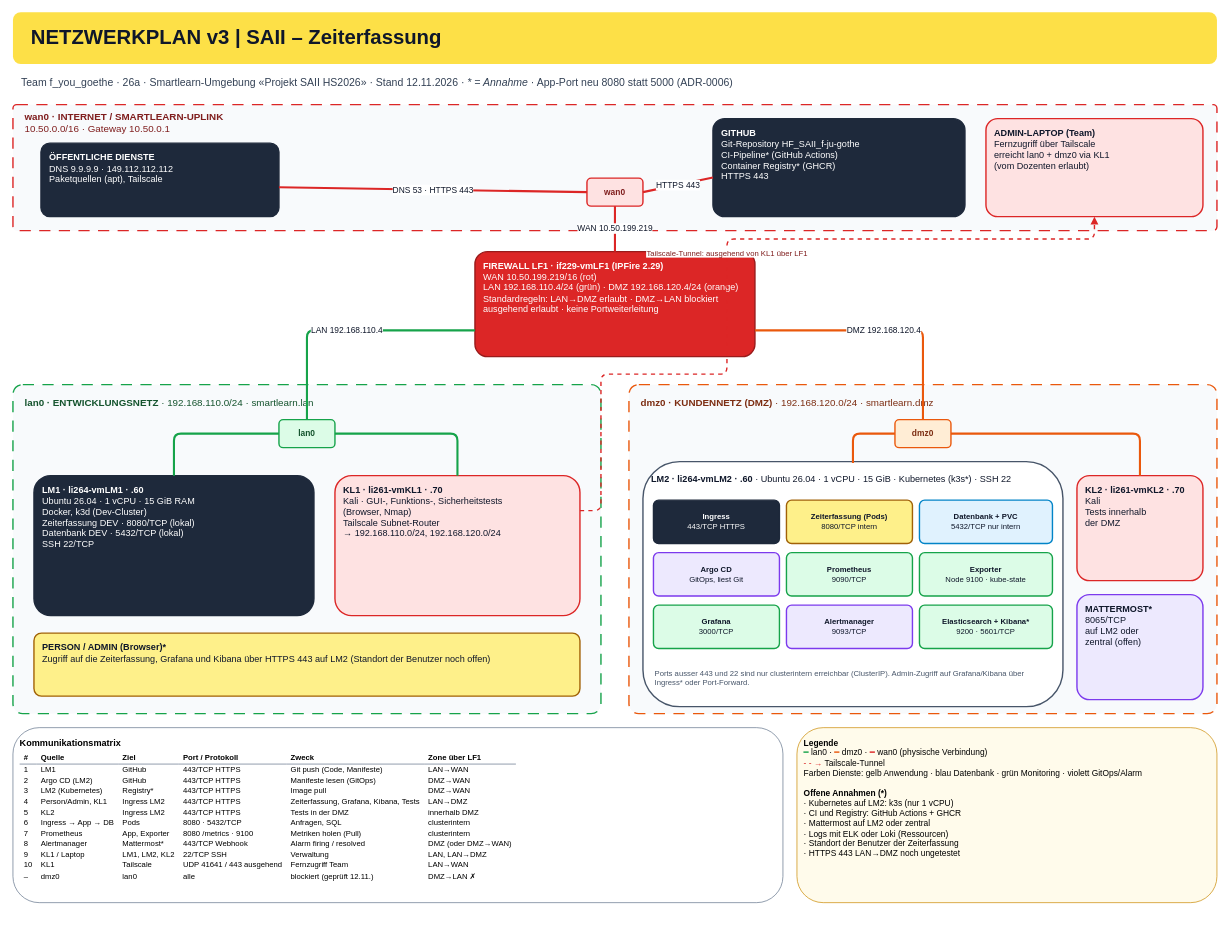
The draw.io diagram spec/diagrams/netzwerkplan.drawio in kcinay055679/HF_SAII_f-ju-gothe, before the edit. Source tidied: cells renumbered, new cells numbered last; positions are measured from the earlier drawing's top-left corner, leaving out a move shared by most shapes. Both pictures are drawn from the tidied source at 70%, with x=0, y=0 at pixel (13, 12).
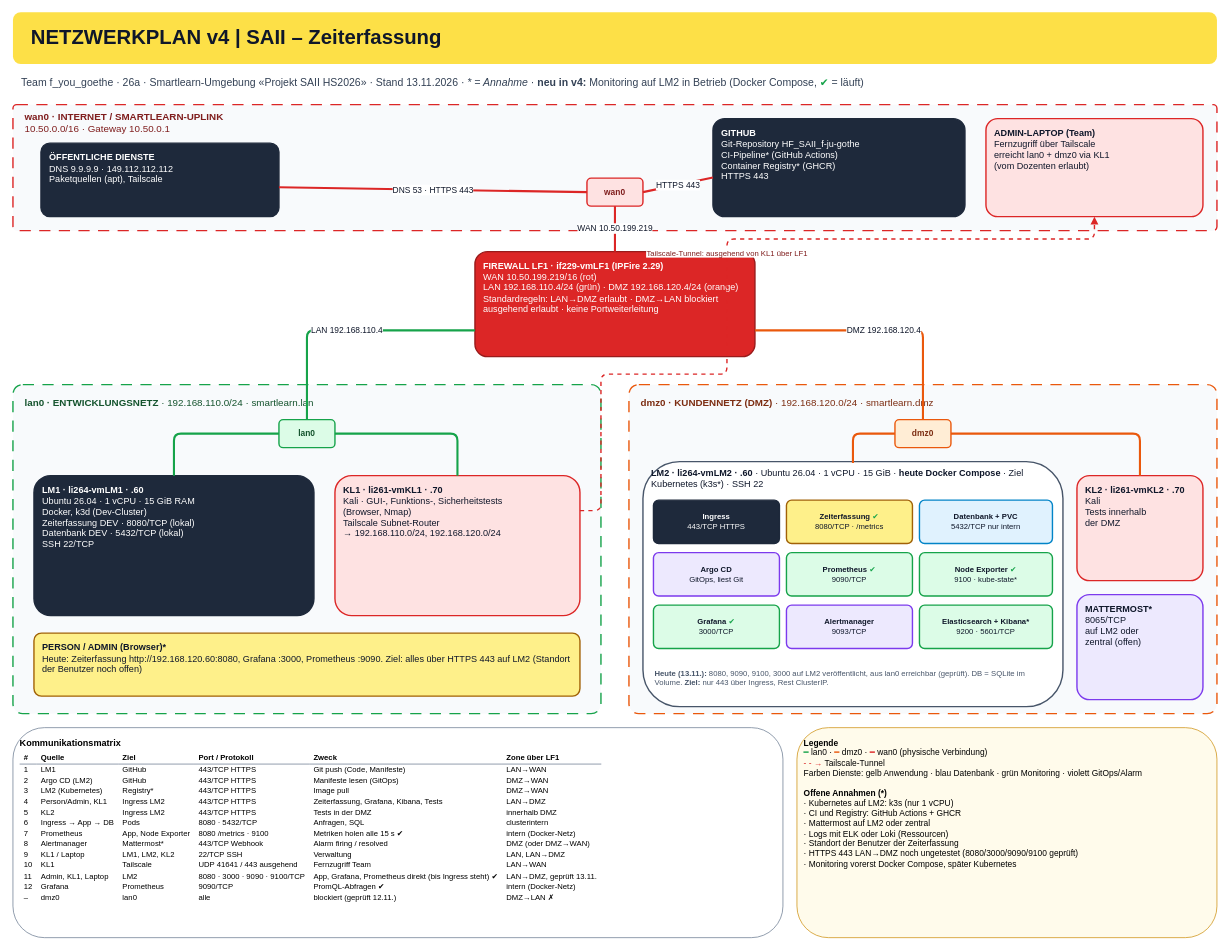
The same diagram, later.

What changed in the source:
```diff
@@
-    <mxCell id="3" value="&lt;b&gt;NETZWERKPLAN v3 | SAII – Zeiterfassung&lt;/b&gt;" style="text;html=1;strokeColor=none;fillColor=none;whiteSpace=wrap;align=left;verticalAlign=middle;fontFamily=Arial;fontSize=29;fontColor=#0F172A;" parent="1" vertex="1">
+    <mxCell id="3" value="&lt;b&gt;NETZWERKPLAN v4 | SAII – Zeiterfassung&lt;/b&gt;" style="text;html=1;strokeColor=none;fillColor=none;whiteSpace=wrap;align=left;verticalAlign=middle;fontFamily=Arial;fontSize=29;fontColor=#0F172A;" parent="1" vertex="1">
       <mxGeometry x="24" y="11" width="1600" height="50" as="geometry" />
     </mxCell>
-    <mxCell id="4" value="Team f_you_goethe · 26a · Smartlearn-Umgebung «Projekt SAII HS2026» · Stand 12.11.2026 · &lt;i&gt;* = Annahme&lt;/i&gt; · App-Port neu 8080 statt 5000 (ADR-0006)" style="text;html=1;strokeColor=none;fillColor=none;whiteSpace=wrap;align=left;verticalAlign=middle;fontFamily=Arial;fontSize=15;fontColor=#334155;" parent="1" vertex="1">
+    <mxCell id="4" value="Team f_you_goethe · 26a · Smartlearn-Umgebung «Projekt SAII HS2026» · Stand 13.11.2026 · &lt;i&gt;* = Annahme&lt;/i&gt; · &lt;b&gt;neu in v4:&lt;/b&gt; Monitoring auf LM2 in Betrieb (Docker Compose, &lt;font color='#16A34A'&gt;✔&lt;/font&gt; = läuft)" style="text;html=1;strokeColor=none;fillColor=none;whiteSpace=wrap;align=left;verticalAlign=middle;fontFamily=Arial;fontSize=15;fontColor=#334155;" parent="1" vertex="1">
       <mxGeometry x="10" y="80" width="1700" height="40" as="geometry" />
     </mxCell>
@@
-    <mxCell id="20" value="&lt;b&gt;PERSON / ADMIN (Browser)*&lt;/b&gt;&lt;br&gt;Zugriff auf die Zeiterfassung, Grafana und Kibana über HTTPS 443 auf LM2 (Standort der Benutzer noch offen)" style="rounded=1;arcSize=12;html=1;whiteSpace=wrap;strokeWidth=2;fontFamily=Arial;fontSize=13;fillColor=#FEF08A;strokeColor=#A16207;fontColor=#0F172A;align=left;spacingLeft=10;verticalAlign=top;spacingTop=6;" parent="1" vertex="1">
+    <mxCell id="20" value="&lt;b&gt;PERSON / ADMIN (Browser)*&lt;/b&gt;&lt;br&gt;Heute: Zeiterfassung http://192.168.120.60:8080, Grafana :3000, Prometheus :9090. Ziel: alles über HTTPS 443 auf LM2 (Standort der Benutzer noch offen)" style="rounded=1;arcSize=12;html=1;whiteSpace=wrap;strokeWidth=2;fontFamily=Arial;fontSize=13;fillColor=#FEF08A;strokeColor=#A16207;fontColor=#0F172A;align=left;spacingLeft=10;verticalAlign=top;spacingTop=6;" parent="1" vertex="1">
       <mxGeometry x="30" y="887" width="780" height="90" as="geometry" />
     </mxCell>
@@
-    <mxCell id="22" value="&lt;b&gt;LM2 · li264-vmLM2 · .60&lt;/b&gt; · Ubuntu 26.04 · 1 vCPU · 15 GiB · Kubernetes (k3s*) · SSH 22" style="text;html=1;strokeColor=none;fillColor=none;whiteSpace=wrap;align=left;verticalAlign=middle;fontFamily=Arial;fontSize=13;fontColor=#0F172A;" parent="1" vertex="1">
+    <mxCell id="22" value="&lt;b&gt;LM2 · li264-vmLM2 · .60&lt;/b&gt; · Ubuntu 26.04 · 1 vCPU · 15 GiB · &lt;b&gt;heute Docker Compose&lt;/b&gt; · Ziel Kubernetes (k3s*) · SSH 22" style="text;html=1;strokeColor=none;fillColor=none;whiteSpace=wrap;align=left;verticalAlign=middle;fontFamily=Arial;fontSize=13;fontColor=#0F172A;" parent="1" vertex="1">
       <mxGeometry x="910" y="644" width="580" height="44" as="geometry" />
     </mxCell>
@@
-    <mxCell id="24" value="&lt;b&gt;Zeiterfassung (Pods)&lt;/b&gt;&lt;br&gt;8080/TCP intern" style="rounded=1;arcSize=12;html=1;whiteSpace=wrap;strokeWidth=2;fontFamily=Arial;fontSize=13;fillColor=#FEF08A;strokeColor=#A16207;fontColor=#0F172A;fontSize=11;" parent="1" vertex="1">
+    <mxCell id="24" value="&lt;b&gt;Zeiterfassung&lt;/b&gt; &lt;font color='#16A34A'&gt;✔&lt;/font&gt;&lt;br&gt;8080/TCP · /metrics" style="rounded=1;arcSize=12;html=1;whiteSpace=wrap;strokeWidth=2;fontFamily=Arial;fontSize=13;fillColor=#FEF08A;strokeColor=#A16207;fontColor=#0F172A;fontSize=11;" parent="1" vertex="1">
       <mxGeometry x="1105" y="697" width="180" height="62" as="geometry" />
     </mxCell>
@@
-    <mxCell id="27" value="&lt;b&gt;Prometheus&lt;/b&gt;&lt;br&gt;9090/TCP" style="rounded=1;arcSize=12;html=1;whiteSpace=wrap;strokeWidth=2;fontFamily=Arial;fontSize=13;fillColor=#DCFCE7;strokeColor=#16A34A;fontColor=#0F172A;fontSize=11;" parent="1" vertex="1">
+    <mxCell id="27" value="&lt;b&gt;Prometheus&lt;/b&gt; &lt;font color='#16A34A'&gt;✔&lt;/font&gt;&lt;br&gt;9090/TCP" style="rounded=1;arcSize=12;html=1;whiteSpace=wrap;strokeWidth=2;fontFamily=Arial;fontSize=13;fillColor=#DCFCE7;strokeColor=#16A34A;fontColor=#0F172A;fontSize=11;" parent="1" vertex="1">
       <mxGeometry x="1105" y="772" width="180" height="62" as="geometry" />
     </mxCell>
-    <mxCell id="28" value="&lt;b&gt;Exporter&lt;/b&gt;&lt;br&gt;Node 9100 · kube-state" style="rounded=1;arcSize=12;html=1;whiteSpace=wrap;strokeWidth=2;fontFamily=Arial;fontSize=13;fillColor=#DCFCE7;strokeColor=#16A34A;fontColor=#0F172A;fontSize=11;" parent="1" vertex="1">
+    <mxCell id="28" value="&lt;b&gt;Node Exporter&lt;/b&gt; &lt;font color='#16A34A'&gt;✔&lt;/font&gt;&lt;br&gt;9100 · kube-state*" style="rounded=1;arcSize=12;html=1;whiteSpace=wrap;strokeWidth=2;fontFamily=Arial;fontSize=13;fillColor=#DCFCE7;strokeColor=#16A34A;fontColor=#0F172A;fontSize=11;" parent="1" vertex="1">
       <mxGeometry x="1295" y="772" width="190" height="62" as="geometry" />
     </mxCell>
-    <mxCell id="29" value="&lt;b&gt;Grafana&lt;/b&gt;&lt;br&gt;3000/TCP" style="rounded=1;arcSize=12;html=1;whiteSpace=wrap;strokeWidth=2;fontFamily=Arial;fontSize=13;fillColor=#DCFCE7;strokeColor=#16A34A;fontColor=#0F172A;fontSize=11;" parent="1" vertex="1">
+    <mxCell id="29" value="&lt;b&gt;Grafana&lt;/b&gt; &lt;font color='#16A34A'&gt;✔&lt;/font&gt;&lt;br&gt;3000/TCP" style="rounded=1;arcSize=12;html=1;whiteSpace=wrap;strokeWidth=2;fontFamily=Arial;fontSize=13;fillColor=#DCFCE7;strokeColor=#16A34A;fontColor=#0F172A;fontSize=11;" parent="1" vertex="1">
       <mxGeometry x="915" y="847" width="180" height="62" as="geometry" />
     </mxCell>
@@
-    <mxCell id="32" value="Ports ausser 443 und 22 sind nur clusterintern erreichbar (ClusterIP). Admin-Zugriff auf Grafana/Kibana über Ingress* oder Port-Forward." style="text;html=1;strokeColor=none;fillColor=none;whiteSpace=wrap;align=left;verticalAlign=middle;fontFamily=Arial;fontSize=11;fontColor=#475569;" parent="1" vertex="1">
+    <mxCell id="32" value="&lt;b&gt;Heute (13.11.):&lt;/b&gt; 8080, 9090, 9100, 3000 auf LM2 veröffentlicht, aus lan0 erreichbar (geprüft). DB = SQLite im Volume. &lt;b&gt;Ziel:&lt;/b&gt; nur 443 über Ingress, Rest ClusterIP." style="text;html=1;strokeColor=none;fillColor=none;whiteSpace=wrap;align=left;verticalAlign=middle;fontFamily=Arial;fontSize=11;fontColor=#475569;" parent="1" vertex="1">
       <mxGeometry x="915" y="920" width="570" height="62" as="geometry" />
     </mxCell>
@@
-    <mxCell id="45" value="&lt;b&gt;Kommunikationsmatrix&lt;/b&gt;&lt;table style='border-collapse:collapse;font-size:11px;margin-top:4px'&gt;&lt;tr&gt;&lt;th style='text-align:left;padding:2px 6px;border-bottom:1px solid #64748B'&gt;#&lt;/th&gt;&lt;th style='text-align:left;padding:2px 6px;border-bottom:1px solid #64748B'&gt;Quelle&lt;/th&gt;&lt;th style='text-align:left;padding:2px 6px;border-bottom:1px solid #64748B'&gt;Ziel&lt;/th&gt;&lt;th style='text-align:left;padding:2px 6px;border-bottom:1px solid #64748B'&gt;Port / Protokoll&lt;/th&gt;&lt;th style='text-align:left;padding:2px 6px;border-bottom:1px solid #64748B'&gt;Zweck&lt;/th&gt;&lt;th style='text-align:left;padding:2px 6px;border-bottom:1px solid #64748B'&gt;Zone über LF1&lt;/th&gt;&lt;/tr&gt;&lt;tr&gt;&lt;td style='padding:1px 6px'&gt;1&lt;/td&gt;&lt;td style='padding:1px 6px'&gt;LM1&lt;/td&gt;&lt;td style='padding:1px 6px'&gt;GitHub&lt;/td&gt;&lt;td style='padding:1px 6px'&gt;443/TCP HTTPS&lt;/td&gt;&lt;td style='padding:1px 6px'&gt;Git push (Code, Manifeste)&lt;/td&gt;&lt;td style='padding:1px 6px'&gt;LAN→WAN&lt;/td&gt;&lt;/tr&gt;&lt;tr&gt;&lt;td style='padding:1px 6px'&gt;2&lt;/td&gt;&lt;td style='padding:1px 6px'&gt;Argo CD (LM2)&lt;/td&gt;&lt;td style='padding:1px 6px'&gt;GitHub&lt;/td&gt;&lt;td style='padding:1px 6px'&gt;443/TCP HTTPS&lt;/td&gt;&lt;td style='padding:1px 6px'&gt;Manifeste lesen (GitOps)&lt;/td&gt;&lt;td style='padding:1px 6px'&gt;DMZ→WAN&lt;/td&gt;&lt;/tr&gt;&lt;tr&gt;&lt;td style='padding:1px 6px'&gt;3&lt;/td&gt;&lt;td style='padding:1px 6px'&gt;LM2 (Kubernetes)&lt;/td&gt;&lt;td style='padding:1px 6px'&gt;Registry*&lt;/td&gt;&lt;td style='padding:1px 6px'&gt;443/TCP HTTPS&lt;/td&gt;&lt;td style='padding:1px 6px'&gt;Image pull&lt;/td&gt;&lt;td style='padding:1px 6px'&gt;DMZ→WAN&lt;/td&gt;&lt;/tr&gt;&lt;tr&gt;&lt;td style='padding:1px 6px'&gt;4&lt;/td&gt;&lt;td style='padding:1px 6px'&gt;Person/Admin, KL1&lt;/td&gt;&lt;td style='padding:1px 6px'&gt;Ingress LM2&lt;/td&gt;&lt;td style='padding:1px 6px'&gt;443/TCP HTTPS&lt;/td&gt;&lt;td style='padding:1px 6px'&gt;Zeiterfassung, Grafana, Kibana, Tests&lt;/td&gt;&lt;td style='padding:1px 6px'&gt;LAN→DMZ&lt;/td&gt;&lt;/tr&gt;&lt;tr&gt;&lt;td style='padding:1px 6px'&gt;5&lt;/td&gt;&lt;td style='padding:1px 6px'&gt;KL2&lt;/td&gt;&lt;td style='padding:1px 6px'&gt;Ingress LM2&lt;/td&gt;&lt;td style='padding:1px 6px'&gt;443/TCP HTTPS&lt;/td&gt;&lt;td style='padding:1px 6px'&gt;Tests in der DMZ&lt;/td&gt;&lt;td style='padding:1px 6px'&gt;innerhalb DMZ&lt;/td&gt;&lt;/tr&gt;&lt;tr&gt;&lt;td style='padding:1px 6px'&gt;6&lt;/td&gt;&lt;td style='padding:1px 6px'&gt;Ingress → App → DB&lt;/td&gt;&lt;td style='padding:1px 6px'&gt;Pods&lt;/td&gt;&lt;td style='padding:1px 6px'&gt;8080 · 5432/TCP&lt;/td&gt;&lt;td style='padding:1px 6px'&gt;Anfragen, SQL&lt;/td&gt;&lt;td style='padding:1px 6px'&gt;clusterintern&lt;/td&gt;&lt;/tr&gt;&lt;tr&gt;&lt;td style='padding:1px 6px'&gt;7&lt;/td&gt;&lt;td style='padding:1px 6px'&gt;Prometheus&lt;/td&gt;&lt;td style='padding:1px 6px'&gt;App, Exporter&lt;/td&gt;&lt;td style='padding:1px 6px'&gt;8080 /metrics · 9100&lt;/td&gt;&lt;td style='padding:1px 6px'&gt;Metriken holen (Pull)&lt;/td&gt;&lt;td style='padding:1px 6px'&gt;clusterintern&lt;/td&gt;&lt;/tr&gt;&lt;tr&gt;&lt;td style='padding:1px 6px'&gt;8&lt;/td&gt;&lt;td style='padding:1px 6px'&gt;Alertmanager&lt;/td&gt;&lt;td style='padding:1px 6px'&gt;Mattermost*&lt;/td&gt;&lt;td style='padding:1px 6px'&gt;443/TCP Webhook&lt;/td&gt;&lt;td style='padding:1px 6px'&gt;Alarm firing / resolved&lt;/td&gt;&lt;td style='padding:1px 6px'&gt;DMZ (oder DMZ→WAN)&lt;/td&gt;&lt;/tr&gt;&lt;tr&gt;&lt;td style='padding:1px 6px'&gt;9&lt;/td&gt;&lt;td style='padding:1px 6px'&gt;KL1 / Laptop&lt;/td&gt;&lt;td style='padding:1px 6px'&gt;LM1, LM2, KL2&lt;/td&gt;&lt;td style='padding:1px 6px'&gt;22/TCP SSH&lt;/td&gt;&lt;td style='padding:1px 6px'&gt;Verwaltung&lt;/td&gt;&lt;td style='padding:1px 6px'&gt;LAN, LAN→DMZ&lt;/td&gt;&lt;/tr&gt;&lt;tr&gt;&lt;td style='padding:1px 6px'&gt;10&lt;/td&gt;&lt;td style='padding:1px 6px'&gt;KL1&lt;/td&gt;&lt;td style='padding:1px 6px'&gt;Tailscale&lt;/td&gt;&lt;td style='padding:1px 6px'&gt;UDP 41641 / 443 ausgehend&lt;/td&gt;&lt;td style='padding:1px 6px'&gt;Fernzugriff Team&lt;/td&gt;&lt;td style='padding:1px 6px'&gt;LAN→WAN&lt;/td&gt;&lt;/tr&gt;&lt;tr&gt;&lt;td style='padding:1px 6px'&gt;–&lt;/td&gt;&lt;td style='padding:1px 6px'&gt;dmz0&lt;/td&gt;&lt;td style='padding:1px 6px'&gt;lan0&lt;/td&gt;&lt;td style='padding:1px 6px'&gt;alle&lt;/td&gt;&lt;td style='padding:1px 6px'&gt;blockiert (geprüft 12.11.)&lt;/td&gt;&lt;td style='padding:1px 6px'&gt;DMZ→LAN ✗&lt;/td&gt;&lt;/tr&gt;&lt;/table&gt;" style="rounded=1;html=1;whiteSpace=wrap;align=left;verticalAlign=top;spacing=10;fillColor=#FFFFFF;strokeColor=#64748B;fontFamily=Arial;fontSize=13;" parent="1" vertex="1">
-      <mxGeometry y="1022" width="1100" height="250" as="geometry" />
+    <mxCell id="45" value="&lt;b&gt;Kommunikationsmatrix&lt;/b&gt;&lt;table style='border-collapse:collapse;font-size:11px;margin-top:4px'&gt;&lt;tr&gt;&lt;th style='text-align:left;padding:2px 6px;border-bottom:1px solid #64748B'&gt;#&lt;/th&gt;&lt;th style='text-align:left;padding:2px 6px;border-bottom:1px solid #64748B'&gt;Quelle&lt;/th&gt;&lt;th style='text-align:left;padding:2px 6px;border-bottom:1px solid #64748B'&gt;Ziel&lt;/th&gt;&lt;th style='text-align:left;padding:2px 6px;border-bottom:1px solid #64748B'&gt;Port / Protokoll&lt;/th&gt;&lt;th style='text-align:left;padding:2px 6px;border-bottom:1px solid #64748B'&gt;Zweck&lt;/th&gt;&lt;th style='text-align:left;padding:2px 6px;border-bottom:1px solid #64748B'&gt;Zone über LF1&lt;/th&gt;&lt;/tr&gt;&lt;tr&gt;&lt;td style='padding:1px 6px'&gt;1&lt;/td&gt;&lt;td style='padding:1px 6px'&gt;LM1&lt;/td&gt;&lt;td style='padding:1px 6px'&gt;GitHub&lt;/td&gt;&lt;td style='padding:1px 6px'&gt;443/TCP HTTPS&lt;/td&gt;&lt;td style='padding:1px 6px'&gt;Git push (Code, Manifeste)&lt;/td&gt;&lt;td style='padding:1px 6px'&gt;LAN→WAN&lt;/td&gt;&lt;/tr&gt;&lt;tr&gt;&lt;td style='padding:1px 6px'&gt;2&lt;/td&gt;&lt;td style='padding:1px 6px'&gt;Argo CD (LM2)&lt;/td&gt;&lt;td style='padding:1px 6px'&gt;GitHub&lt;/td&gt;&lt;td style='padding:1px 6px'&gt;443/TCP HTTPS&lt;/td&gt;&lt;td style='padding:1px 6px'&gt;Manifeste lesen (GitOps)&lt;/td&gt;&lt;td style='padding:1px 6px'&gt;DMZ→WAN&lt;/td&gt;&lt;/tr&gt;&lt;tr&gt;&lt;td style='padding:1px 6px'&gt;3&lt;/td&gt;&lt;td style='padding:1px 6px'&gt;LM2 (Kubernetes)&lt;/td&gt;&lt;td style='padding:1px 6px'&gt;Registry*&lt;/td&gt;&lt;td style='padding:1px 6px'&gt;443/TCP HTTPS&lt;/td&gt;&lt;td style='padding:1px 6px'&gt;Image pull&lt;/td&gt;&lt;td style='padding:1px 6px'&gt;DMZ→WAN&lt;/td&gt;&lt;/tr&gt;&lt;tr&gt;&lt;td style='padding:1px 6px'&gt;4&lt;/td&gt;&lt;td style='padding:1px 6px'&gt;Person/Admin, KL1&lt;/td&gt;&lt;td style='padding:1px 6px'&gt;Ingress LM2&lt;/td&gt;&lt;td style='padding:1px 6px'&gt;443/TCP HTTPS&lt;/td&gt;&lt;td style='padding:1px 6px'&gt;Zeiterfassung, Grafana, Kibana, Tests&lt;/td&gt;&lt;td style='padding:1px 6px'&gt;LAN→DMZ&lt;/td&gt;&lt;/tr&gt;&lt;tr&gt;&lt;td style='padding:1px 6px'&gt;5&lt;/td&gt;&lt;td style='padding:1px 6px'&gt;KL2&lt;/td&gt;&lt;td style='padding:1px 6px'&gt;Ingress LM2&lt;/td&gt;&lt;td style='padding:1px 6px'&gt;443/TCP HTTPS&lt;/td&gt;&lt;td style='padding:1px 6px'&gt;Tests in der DMZ&lt;/td&gt;&lt;td style='padding:1px 6px'&gt;innerhalb DMZ&lt;/td&gt;&lt;/tr&gt;&lt;tr&gt;&lt;td style='padding:1px 6px'&gt;6&lt;/td&gt;&lt;td style='padding:1px 6px'&gt;Ingress → App → DB&lt;/td&gt;&lt;td style='padding:1px 6px'&gt;Pods&lt;/td&gt;&lt;td style='padding:1px 6px'&gt;8080 · 5432/TCP&lt;/td&gt;&lt;td style='padding:1px 6px'&gt;Anfragen, SQL&lt;/td&gt;&lt;td style='padding:1px 6px'&gt;clusterintern&lt;/td&gt;&lt;/tr&gt;&lt;tr&gt;&lt;td style='padding:1px 6px'&gt;7&lt;/td&gt;&lt;td style='padding:1px 6px'&gt;Prometheus&lt;/td&gt;&lt;td style='padding:1px 6px'&gt;App, Node Exporter&lt;/td&gt;&lt;td style='padding:1px 6px'&gt;8080 /metrics · 9100&lt;/td&gt;&lt;td style='padding:1px 6px'&gt;Metriken holen alle 15 s ✔&lt;/td&gt;&lt;td style='padding:1px 6px'&gt;intern (Docker-Netz)&lt;/td&gt;&lt;/tr&gt;&lt;tr&gt;&lt;td style='padding:1px 6px'&gt;8&lt;/td&gt;&lt;td style='padding:1px 6px'&gt;Alertmanager&lt;/td&gt;&lt;td style='padding:1px 6px'&gt;Mattermost*&lt;/td&gt;&lt;td style='padding:1px 6px'&gt;443/TCP Webhook&lt;/td&gt;&lt;td style='padding:1px 6px'&gt;Alarm firing / resolved&lt;/td&gt;&lt;td style='padding:1px 6px'&gt;DMZ (oder DMZ→WAN)&lt;/td&gt;&lt;/tr&gt;&lt;tr&gt;&lt;td style='padding:1px 6px'&gt;9&lt;/td&gt;&lt;td style='padding:1px 6px'&gt;KL1 / Laptop&lt;/td&gt;&lt;td style='padding:1px 6px'&gt;LM1, LM2, KL2&lt;/td&gt;&lt;td style='padding:1px 6px'&gt;22/TCP SSH&lt;/td&gt;&lt;td style='padding:1px 6px'&gt;Verwaltung&lt;/td&gt;&lt;td style='padding:1px 6px'&gt;LAN, LAN→DMZ&lt;/td&gt;&lt;/tr&gt;&lt;tr&gt;&lt;td style='padding:1px 6px'&gt;10&lt;/td&gt;&lt;td style='padding:1px 6px'&gt;KL1&lt;/td&gt;&lt;td style='padding:1px 6px'&gt;Tailscale&lt;/td&gt;&lt;td style='padding:1px 6px'&gt;UDP 41641 / 443 ausgehend&lt;/td&gt;&lt;td style='padding:1px 6px'&gt;Fernzugriff Team&lt;/td&gt;&lt;td style='padding:1px 6px'&gt;LAN→WAN&lt;/td&gt;&lt;/tr&gt;&lt;tr&gt;&lt;td style='padding:1px 6px'&gt;11&lt;/td&gt;&lt;td style='padding:1px 6px'&gt;Admin, KL1, Laptop&lt;/td&gt;&lt;td style='padding:1px 6px'&gt;LM2&lt;/td&gt;&lt;td style='padding:1px 6px'&gt;8080 · 3000 · 9090 · 9100/TCP&lt;/td&gt;&lt;td style='padding:1px 6px'&gt;App, Grafana, Prometheus direkt (bis Ingress steht) ✔&lt;/td&gt;&lt;td style='padding:1px 6px'&gt;LAN→DMZ, geprüft 13.11.&lt;/td&gt;&lt;/tr&gt;&lt;tr&gt;&lt;td style='padding:1px 6px'&gt;12&lt;/td&gt;&lt;td style='padding:1px 6px'&gt;Grafana&lt;/td&gt;&lt;td style='padding:1px 6px'&gt;Prometheus&lt;/td&gt;&lt;td style='padding:1px 6px'&gt;9090/TCP&lt;/td&gt;&lt;td style='padding:1px 6px'&gt;PromQL-Abfragen ✔&lt;/td&gt;&lt;td style='padding:1px 6px'&gt;intern (Docker-Netz)&lt;/td&gt;&lt;/tr&gt;&lt;tr&gt;&lt;td style='padding:1px 6px'&gt;–&lt;/td&gt;&lt;td style='padding:1px 6px'&gt;dmz0&lt;/td&gt;&lt;td style='padding:1px 6px'&gt;lan0&lt;/td&gt;&lt;td style='padding:1px 6px'&gt;alle&lt;/td&gt;&lt;td style='padding:1px 6px'&gt;blockiert (geprüft 12.11.)&lt;/td&gt;&lt;td style='padding:1px 6px'&gt;DMZ→LAN ✗&lt;/td&gt;&lt;/tr&gt;&lt;/table&gt;" style="rounded=1;html=1;whiteSpace=wrap;align=left;verticalAlign=top;spacing=10;fillColor=#FFFFFF;strokeColor=#64748B;fontFamily=Arial;fontSize=13;" parent="1" vertex="1">
+      <mxGeometry y="1022" width="1100" height="300" as="geometry" />
     </mxCell>
-    <mxCell id="46" value="&lt;b&gt;Legende&lt;/b&gt;&lt;br&gt;&lt;font color='#16A34A'&gt;━&lt;/font&gt; lan0 · &lt;font color='#EA580C'&gt;━&lt;/font&gt; dmz0 · &lt;font color='#DC2626'&gt;━&lt;/font&gt; wan0 (physische Verbindung)&lt;br&gt;&lt;font color='#DC2626'&gt;- - →&lt;/font&gt; Tailscale-Tunnel&lt;br&gt;Farben Dienste: gelb Anwendung · blau Datenbank · grün Monitoring · violett GitOps/Alarm&lt;br&gt;&lt;br&gt;&lt;b&gt;Offene Annahmen (*)&lt;/b&gt;&lt;br&gt;· Kubernetes auf LM2: k3s (nur 1 vCPU)&lt;br&gt;· CI und Registry: GitHub Actions + GHCR&lt;br&gt;· Mattermost auf LM2 oder zentral&lt;br&gt;· Logs mit ELK oder Loki (Ressourcen)&lt;br&gt;· Standort der Benutzer der Zeiterfassung&lt;br&gt;· HTTPS 443 LAN→DMZ noch ungetestet" style="rounded=1;html=1;whiteSpace=wrap;align=left;verticalAlign=top;spacing=10;fillColor=#FFFBEB;strokeColor=#CA8A04;fontFamily=Arial;fontSize=12;" parent="1" vertex="1">
-      <mxGeometry x="1120" y="1022" width="600" height="250" as="geometry" />
+    <mxCell id="46" value="&lt;b&gt;Legende&lt;/b&gt;&lt;br&gt;&lt;font color='#16A34A'&gt;━&lt;/font&gt; lan0 · &lt;font color='#EA580C'&gt;━&lt;/font&gt; dmz0 · &lt;font color='#DC2626'&gt;━&lt;/font&gt; wan0 (physische Verbindung)&lt;br&gt;&lt;font color='#DC2626'&gt;- - →&lt;/font&gt; Tailscale-Tunnel&lt;br&gt;Farben Dienste: gelb Anwendung · blau Datenbank · grün Monitoring · violett GitOps/Alarm&lt;br&gt;&lt;br&gt;&lt;b&gt;Offene Annahmen (*)&lt;/b&gt;&lt;br&gt;· Kubernetes auf LM2: k3s (nur 1 vCPU)&lt;br&gt;· CI und Registry: GitHub Actions + GHCR&lt;br&gt;· Mattermost auf LM2 oder zentral&lt;br&gt;· Logs mit ELK oder Loki (Ressourcen)&lt;br&gt;· Standort der Benutzer der Zeiterfassung&lt;br&gt;· HTTPS 443 LAN→DMZ noch ungetestet (8080/3000/9090/9100 geprüft)&lt;br&gt;· Monitoring vorerst Docker Compose, später Kubernetes" style="rounded=1;html=1;whiteSpace=wrap;align=left;verticalAlign=top;spacing=10;fillColor=#FFFBEB;strokeColor=#CA8A04;fontFamily=Arial;fontSize=12;" parent="1" vertex="1">
+      <mxGeometry x="1120" y="1022" width="600" height="300" as="geometry" />
     </mxCell>
```
